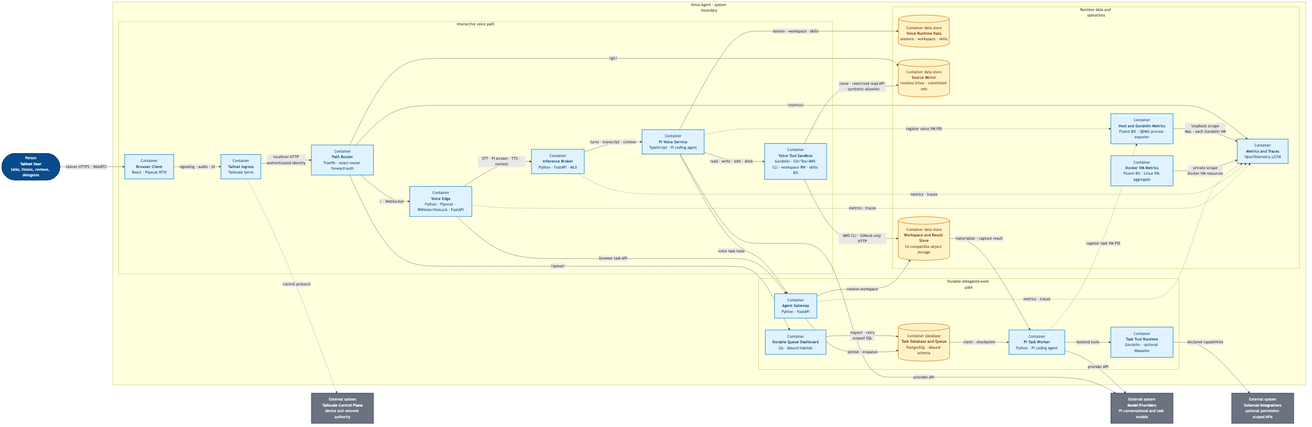
Earlier version of the Mermaid export products/voice-agent/docs/architecture/c2-container.png (ragavsathish/agent-workload-platform). Its source is kept beside it as products/voice-agent/docs/architecture/c2-container.mmd.
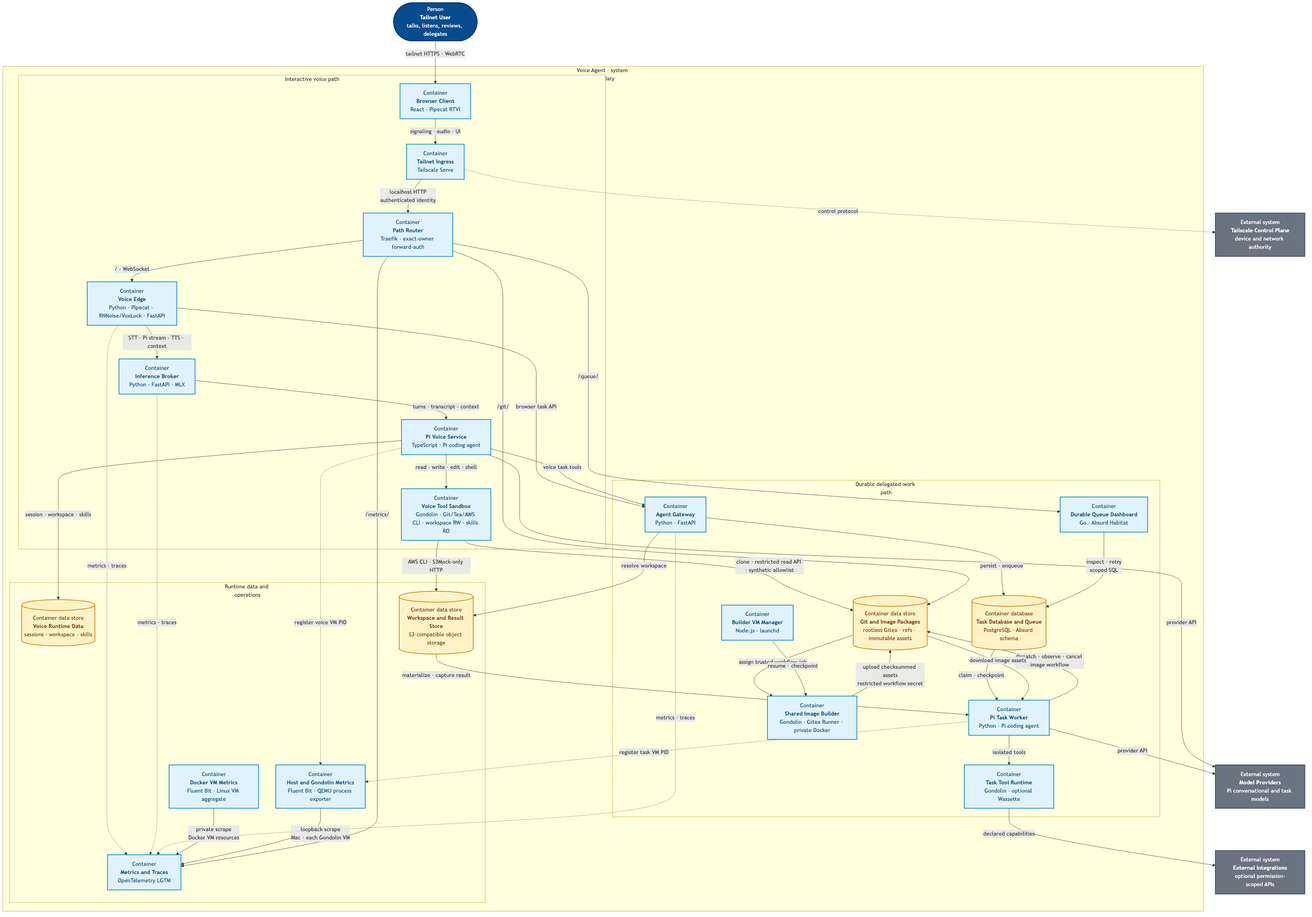
After the commit.

Diff of the diagram source:
```diff
@@ -1,4 +1,4 @@
-flowchart LR
+flowchart TB
     USER(["Person<br/><b>Tailnet User</b><br/>talks, listens, reviews, delegates"])
     TSC["External system<br/><b>Tailscale Control Plane</b><br/>device and network authority"]
     MODELS["External system<br/><b>Model Providers</b><br/>Pi conversational and task models"]
@@ -30,17 +30,22 @@
             TASKS[("Container database<br/><b>Task Database and Queue</b><br/>PostgreSQL · Absurd schema")]
             HABITAT["Container<br/><b>Durable Queue Dashboard</b><br/>Go · Absurd Habitat"]
             WORKER["Container<br/><b>Pi Task Worker</b><br/>Python · Pi coding agent"]
+            BUILDER_MANAGER["Container<br/><b>Builder VM Manager</b><br/>Node.js · launchd"]
+            BUILDER_VM["Container<br/><b>Shared Image Builder</b><br/>Gondolin · Gitea Runner · private Docker"]
             TASK_TOOLS["Container<br/><b>Task Tool Runtime</b><br/>Gondolin · optional Wassette"]
             GATEWAY -->|"persist · enqueue"| TASKS
             HABITAT -->|"inspect · retry<br/>scoped SQL"| TASKS
             TASKS -->|"claim · checkpoint"| WORKER
+            WORKER -->|"dispatch · observe · cancel image workflow"| GITEA
+            GITEA -->|"assign trusted workflow job"| BUILDER_VM
+            BUILDER_MANAGER -->|"resume · checkpoint"| BUILDER_VM
             WORKER -->|"isolated tools"| TASK_TOOLS
         end
 
         subgraph DATA["Runtime data and operations"]
             direction LR
             VOICE_DATA[("Container data store<br/><b>Voice Runtime Data</b><br/>sessions · workspace · skills")]
-            GITEA[("Container data store<br/><b>Source Mirror</b><br/>rootless Gitea · committed refs")]
+            GITEA[("Container data store<br/><b>Git and Image Packages</b><br/>rootless Gitea · refs · immutable assets")]
             ARTIFACTS[("Container data store<br/><b>Workspace and Result Store</b><br/>S3-compatible object storage")]
             DOCKER_METRICS["Container<br/><b>Docker VM Metrics</b><br/>Fluent Bit · Linux VM aggregate"]
             HOST_METRICS["Container<br/><b>Host and Gondolin Metrics</b><br/>Fluent Bit · QEMU process exporter"]
@@ -54,6 +59,8 @@
         VOICE_VM -->|"AWS CLI · S3Mock-only HTTP"| ARTIFACTS
         GATEWAY -->|"resolve workspace"| ARTIFACTS
         ARTIFACTS -->|"materialize · capture result"| WORKER
+        BUILDER_VM -->|"upload checksummed assets<br/>restricted workflow secret"| GITEA
+        GITEA -->|"download image assets"| WORKER
         EDGE -.->|"metrics · traces"| OTEL
         BROKER -.->|"metrics · traces"| OTEL
         GATEWAY -.->|"metrics · traces"| OTEL
@@ -78,5 +85,5 @@
     classDef data fill:#fef3c7,color:#78350f,stroke:#d97706,stroke-width:2px;
     class USER person;
     class TSC,MODELS,INTEGRATIONS external;
-    class BROWSER,INGRESS,ROUTER,EDGE,BROKER,PI,VOICE_VM,GATEWAY,HABITAT,WORKER,TASK_TOOLS,DOCKER_METRICS,HOST_METRICS,OTEL container;
+    class BROWSER,INGRESS,ROUTER,EDGE,BROKER,PI,VOICE_VM,GATEWAY,HABITAT,WORKER,BUILDER_MANAGER,BUILDER_VM,TASK_TOOLS,DOCKER_METRICS,HOST_METRICS,OTEL container;
     class TASKS,VOICE_DATA,GITEA,ARTIFACTS data;
```
